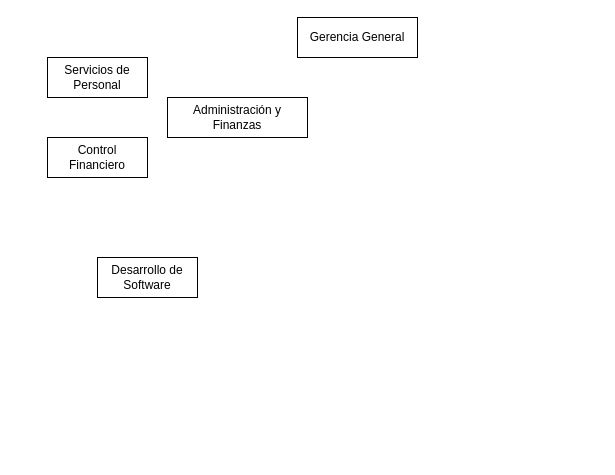
Above: FS.drawio in HoliSoyTamo/Diagramas (draw.io), before the change. Source tidied: cells renumbered, new cells numbered last; positions are measured from the earlier drawing's top-left corner, leaving out a move shared by most shapes. Both pictures are drawn from the tidied source at 100%, with x=0, y=0 at pixel (47, 17).
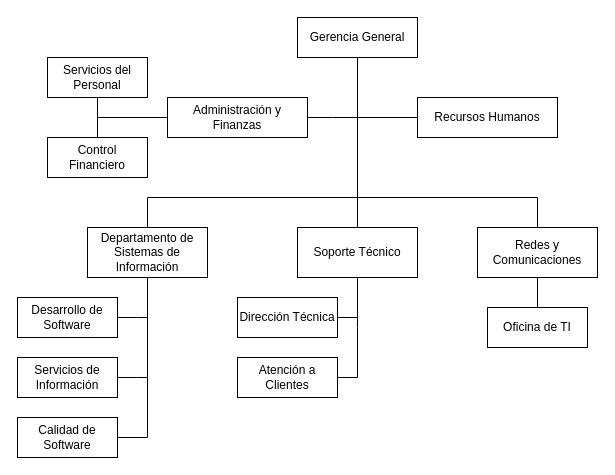
The same diagram, later.

Unchanged cells that the change refers to:
```xml
<mxCell id="2" value="Gerencia General" style="rounded=0;whiteSpace=wrap;html=1;" parent="1" vertex="1">
  <mxGeometry x="250" width="120" height="40" as="geometry" />
</mxCell>
<mxCell id="4" value="Administración y Finanzas" style="rounded=0;whiteSpace=wrap;html=1;" parent="1" vertex="1">
  <mxGeometry x="120" y="80" width="140" height="40" as="geometry" />
</mxCell>
<mxCell id="5" value="Control Financiero" style="rounded=0;whiteSpace=wrap;html=1;" parent="1" vertex="1">
  <mxGeometry y="120" width="100" height="40" as="geometry" />
</mxCell>
```

The edit, as a diff of the source:
```diff
@@
+    <mxCell id="7" style="edgeStyle=orthogonalEdgeStyle;rounded=0;jettySize=auto;html=1;entryX=0.5;entryY=0;entryDx=0;entryDy=0;strokeColor=default;endArrow=none;endFill=0;" parent="1" edge="1" source="2" target="20">
+      <mxGeometry relative="1" as="geometry" />
+    </mxCell>
@@
+    <mxCell id="8" style="edgeStyle=orthogonalEdgeStyle;rounded=0;jettySize=auto;html=1;entryX=0.5;entryY=0;entryDx=0;entryDy=0;strokeColor=default;endArrow=none;endFill=0;" parent="1" edge="1" source="3" target="5">
+      <mxGeometry relative="1" as="geometry" />
+    </mxCell>
-    <mxCell id="3" value="Servicios de Personal" style="rounded=0;whiteSpace=wrap;html=1;" parent="1" vertex="1">
+    <mxCell id="3" value="Servicios del Personal" style="rounded=0;whiteSpace=wrap;html=1;" parent="1" vertex="1">
       <mxGeometry y="40" width="100" height="40" as="geometry" />
     </mxCell>
+    <mxCell id="9" style="edgeStyle=orthogonalEdgeStyle;rounded=0;jettySize=auto;html=1;strokeColor=default;endArrow=none;endFill=0;" parent="1" edge="1" source="4">
+      <mxGeometry relative="1" as="geometry">
+        <mxPoint x="50" y="100" as="targetPoint" />
+      </mxGeometry>
+    </mxCell>
+    <mxCell id="10" style="edgeStyle=orthogonalEdgeStyle;rounded=0;jettySize=auto;html=1;strokeColor=default;endArrow=none;endFill=0;" parent="1" edge="1" source="4">
+      <mxGeometry relative="1" as="geometry">
+        <mxPoint x="310" y="100" as="targetPoint" />
+      </mxGeometry>
+    </mxCell>
@@
+    <mxCell id="11" style="edgeStyle=orthogonalEdgeStyle;rounded=0;jettySize=auto;html=1;entryX=0.5;entryY=1;entryDx=0;entryDy=0;strokeColor=none;" parent="1" edge="1" source="5" target="3">
+      <mxGeometry relative="1" as="geometry" />
+    </mxCell>
@@
+    <mxCell id="12" style="edgeStyle=orthogonalEdgeStyle;rounded=0;jettySize=auto;html=1;strokeColor=default;endArrow=none;endFill=0;" parent="1" edge="1" source="6">
+      <mxGeometry relative="1" as="geometry">
+        <mxPoint x="310" y="190" as="targetPoint" />
+        <Array as="points">
+          <mxPoint x="100" y="180" />
+          <mxPoint x="310" y="180" />
+        </Array>
+      </mxGeometry>
+    </mxCell>
+    <mxCell id="13" style="edgeStyle=orthogonalEdgeStyle;rounded=0;jettySize=auto;html=1;strokeColor=default;endArrow=none;endFill=0;entryX=1;entryY=0.5;entryDx=0;entryDy=0;" parent="1" edge="1" source="6" target="18">
+      <mxGeometry relative="1" as="geometry" />
+    </mxCell>
-    <mxCell id="6" value="Desarrollo de Software" style="rounded=0;whiteSpace=wrap;html=1;" parent="1" vertex="1">
-      <mxGeometry x="50" y="240" width="100" height="40" as="geometry" />
+    <mxCell id="6" value="Departamento de Sistemas de Información" style="rounded=0;whiteSpace=wrap;html=1;" parent="1" vertex="1">
+      <mxGeometry x="40" y="210" width="120" height="50" as="geometry" />
     </mxCell>
+    <mxCell id="14" style="edgeStyle=orthogonalEdgeStyle;rounded=0;jettySize=auto;html=1;strokeColor=default;endArrow=none;endFill=0;" parent="1" edge="1" source="15">
+      <mxGeometry relative="1" as="geometry">
+        <mxPoint x="100" y="300" as="targetPoint" />
+      </mxGeometry>
+    </mxCell>
+    <mxCell id="15" value="Desarrollo de Software" style="rounded=0;whiteSpace=wrap;html=1;" parent="1" vertex="1">
+      <mxGeometry x="-30" y="280" width="100" height="40" as="geometry" />
+    </mxCell>
+    <mxCell id="16" style="edgeStyle=orthogonalEdgeStyle;rounded=0;jettySize=auto;html=1;strokeColor=default;endArrow=none;endFill=0;" parent="1" edge="1" source="17">
+      <mxGeometry relative="1" as="geometry">
+        <mxPoint x="100" y="360" as="targetPoint" />
+      </mxGeometry>
+    </mxCell>
+    <mxCell id="17" value="Servicios de Información" style="rounded=0;whiteSpace=wrap;html=1;" parent="1" vertex="1">
+      <mxGeometry x="-30" y="340" width="100" height="40" as="geometry" />
+    </mxCell>
+    <mxCell id="18" value="Calidad de Software" style="rounded=0;whiteSpace=wrap;html=1;" parent="1" vertex="1">
+      <mxGeometry x="-30" y="400" width="100" height="40" as="geometry" />
+    </mxCell>
+    <mxCell id="19" style="edgeStyle=orthogonalEdgeStyle;rounded=0;jettySize=auto;html=1;strokeColor=default;endArrow=none;endFill=0;" parent="1" edge="1" source="20">
+      <mxGeometry relative="1" as="geometry">
+        <mxPoint x="310" y="360" as="targetPoint" />
+      </mxGeometry>
+    </mxCell>
+    <mxCell id="20" value="Soporte Técnico" style="rounded=0;whiteSpace=wrap;html=1;" parent="1" vertex="1">
+      <mxGeometry x="250" y="210" width="120" height="50" as="geometry" />
+    </mxCell>
+    <mxCell id="21" style="edgeStyle=orthogonalEdgeStyle;rounded=0;jettySize=auto;html=1;strokeColor=default;endArrow=none;endFill=0;" parent="1" edge="1" source="22">
+      <mxGeometry relative="1" as="geometry">
+        <mxPoint x="310" y="300" as="targetPoint" />
+      </mxGeometry>
+    </mxCell>
+    <mxCell id="22" value="Dirección Técnica" style="rounded=0;whiteSpace=wrap;html=1;" parent="1" vertex="1">
+      <mxGeometry x="190" y="280" width="100" height="40" as="geometry" />
+    </mxCell>
+    <mxCell id="23" style="edgeStyle=orthogonalEdgeStyle;rounded=0;jettySize=auto;html=1;strokeColor=default;endArrow=none;endFill=0;" parent="1" edge="1" source="24">
+      <mxGeometry relative="1" as="geometry">
+        <mxPoint x="310" y="360" as="targetPoint" />
+      </mxGeometry>
+    </mxCell>
+    <mxCell id="24" value="Atención a Clientes" style="rounded=0;whiteSpace=wrap;html=1;" parent="1" vertex="1">
+      <mxGeometry x="190" y="340" width="100" height="40" as="geometry" />
+    </mxCell>
+    <mxCell id="25" style="edgeStyle=orthogonalEdgeStyle;rounded=0;jettySize=auto;html=1;strokeColor=default;endArrow=none;endFill=0;" parent="1" edge="1" source="27">
+      <mxGeometry relative="1" as="geometry">
+        <mxPoint x="310" y="180" as="targetPoint" />
+        <Array as="points">
+          <mxPoint x="490" y="180" />
+        </Array>
+      </mxGeometry>
+    </mxCell>
+    <mxCell id="26" style="edgeStyle=orthogonalEdgeStyle;rounded=0;jettySize=auto;html=1;entryX=0.5;entryY=0;entryDx=0;entryDy=0;strokeColor=default;endArrow=none;endFill=0;" parent="1" edge="1" source="27" target="30">
+      <mxGeometry relative="1" as="geometry" />
+    </mxCell>
+    <mxCell id="27" value="Redes y Comunicaciones" style="rounded=0;whiteSpace=wrap;html=1;" parent="1" vertex="1">
+      <mxGeometry x="430" y="210" width="120" height="50" as="geometry" />
+    </mxCell>
+    <mxCell id="28" style="edgeStyle=orthogonalEdgeStyle;rounded=0;jettySize=auto;html=1;strokeColor=default;endArrow=none;endFill=0;" parent="1" edge="1" source="29">
+      <mxGeometry relative="1" as="geometry">
+        <mxPoint x="310" y="100" as="targetPoint" />
+      </mxGeometry>
+    </mxCell>
+    <mxCell id="29" value="Recursos Humanos" style="rounded=0;whiteSpace=wrap;html=1;" parent="1" vertex="1">
+      <mxGeometry x="370" y="80" width="140" height="40" as="geometry" />
+    </mxCell>
+    <mxCell id="30" value="Oficina de TI" style="rounded=0;whiteSpace=wrap;html=1;" parent="1" vertex="1">
+      <mxGeometry x="440" y="290" width="100" height="40" as="geometry" />
+    </mxCell>
```
